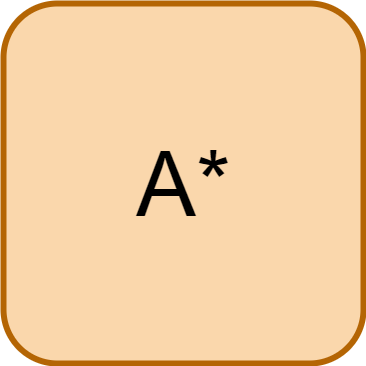
The draw.io diagram Rush Hour Main/assets/AlgorithmButtons/UCS(A).png in zintom69/Game-Rush-Hour, before a commit. Source tidied: cells renumbered, new cells last; positions are measured from the earlier drawing's top-left corner, leaving out a move shared by most shapes.
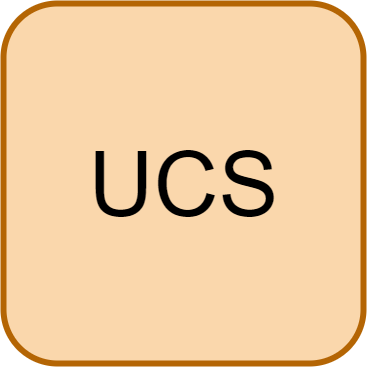
After the commit.

Diff of the diagram source:
```diff
@@ -2,7 +2,7 @@
   <root>
     <mxCell id="0" />
     <mxCell id="1" parent="0" />
-    <mxCell id="2" value="&lt;font style=&quot;font-size: 90px;&quot;&gt;A*&lt;/font&gt;" style="rounded=1;whiteSpace=wrap;html=1;fillColor=#fad7ac;strokeColor=#b46504;strokeWidth=6;" parent="1" vertex="1">
+    <mxCell id="2" value="&lt;span style=&quot;font-size: 90px;&quot;&gt;UCS&lt;/span&gt;" style="rounded=1;whiteSpace=wrap;html=1;fillColor=#fad7ac;strokeColor=#b46504;strokeWidth=6;" parent="1" vertex="1">
       <mxGeometry width="360" height="360" as="geometry" />
     </mxCell>
   </root>
```
